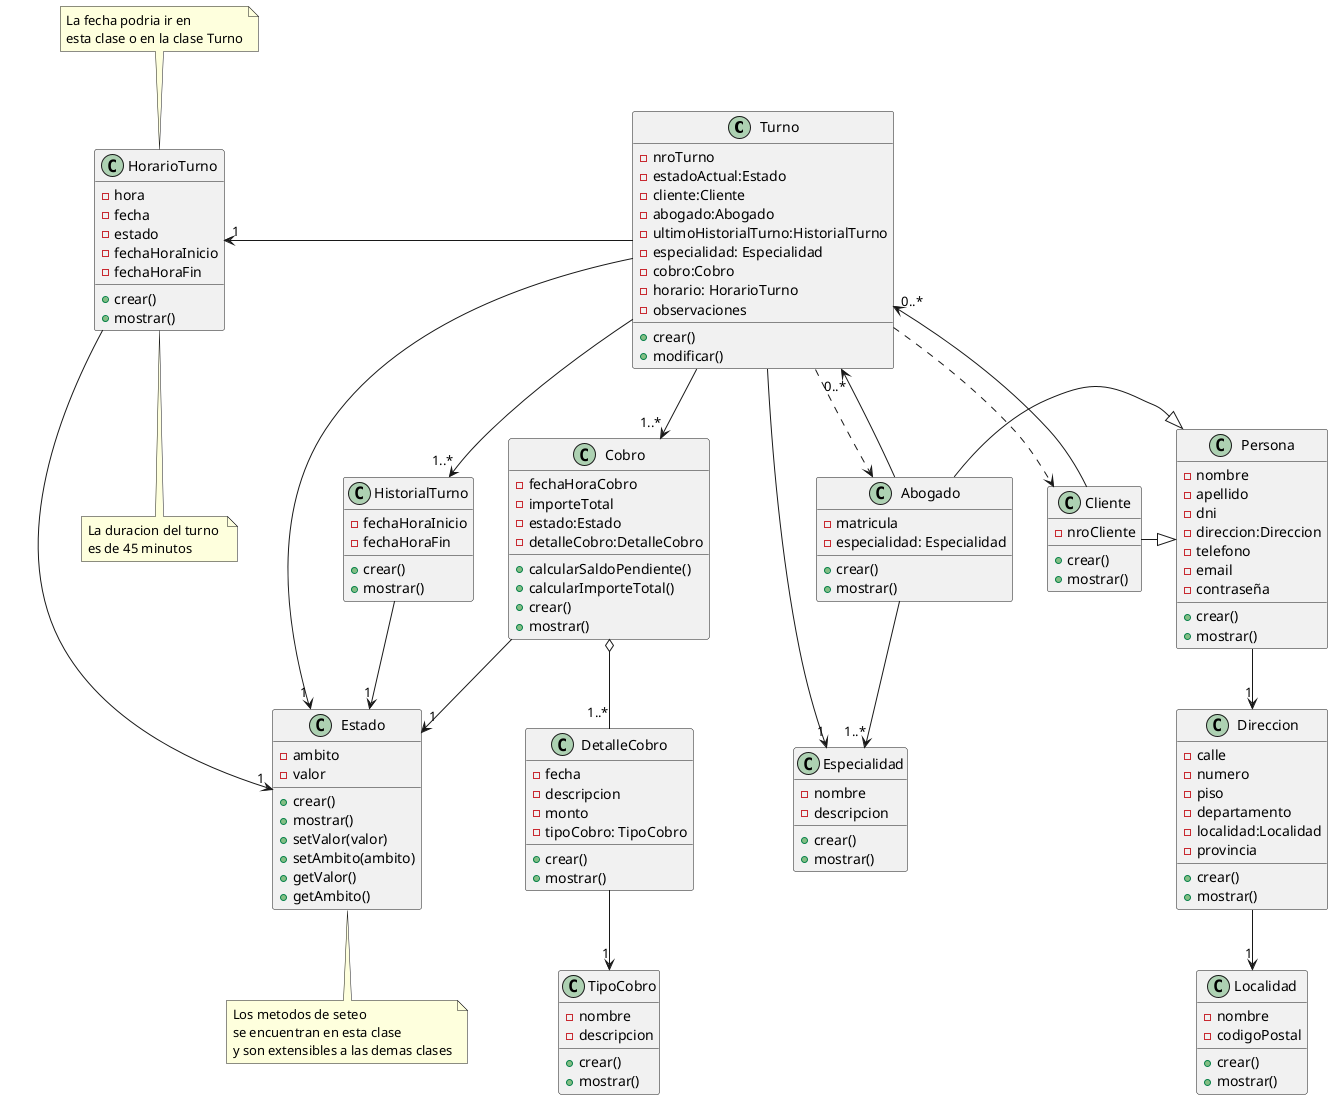
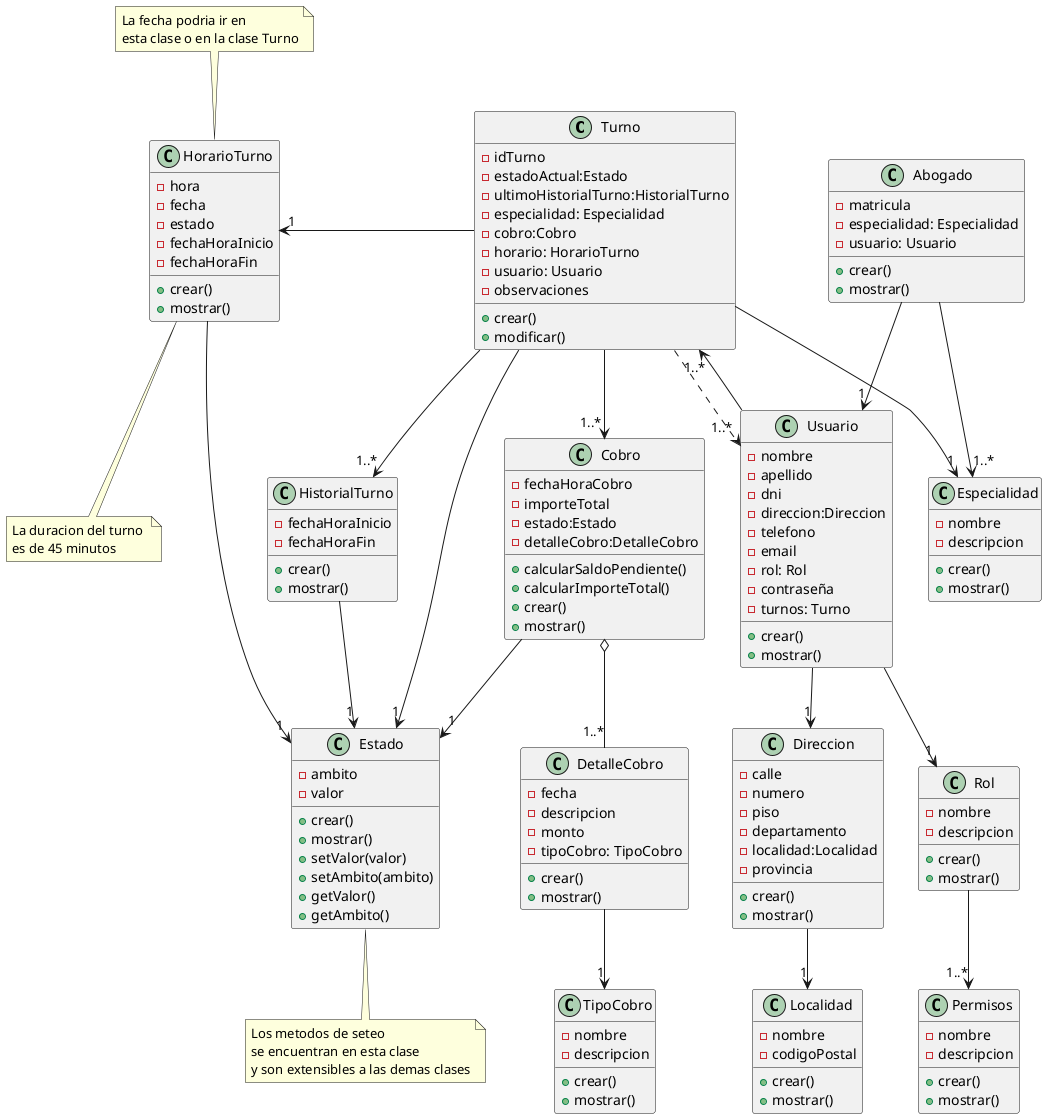
@startuml Diagrama de Clases
class Turno {
-     - nroTurno
+     - idTurno
    - estadoActual:Estado
-     - cliente:Cliente
-     - abogado:Abogado
    - ultimoHistorialTurno:HistorialTurno
    - especialidad: Especialidad
    - cobro:Cobro
    - horario: HorarioTurno
+     - usuario: Usuario
    - observaciones
    + crear()
    + modificar()
}
Turno --> "1..* "Cobro
Turno -> "1" Estado
Turno -->"1..*" HistorialTurno
Turno --> "1" Especialidad
Turno -left-> "1"HorarioTurno
- Turno ..> Cliente
- Turno ..> Abogado
- 
+ Turno ..> "1..*"Usuario

class Especialidad {
    - nombre
    - descripcion
    + crear()
    + mostrar()
}

- class Persona{
+ class Usuario{
    - nombre
    - apellido
    - dni
    - direccion:Direccion
    - telefono
    - email
+     - rol: Rol
    - contraseña
+     - turnos: Turno
    + crear()
    + mostrar()
}

- Persona -->"1" Direccion
+ Usuario -->"1" Direccion
+ Usuario -->"1" Rol
+ Usuario -->"1..*" Turno

- class Cliente {
-     - nroCliente
+ class Rol{
+     - nombre
+     - descripcion
    + crear()
    + mostrar()
}

- Cliente -|> Persona
- Cliente -->"0..*" Turno
+ Rol--> "1..*" Permisos
+ 
+ class Permisos {
+     - nombre
+     - descripcion
+     + crear()
+     + mostrar()
+ }

class Abogado {
    - matricula
    - especialidad: Especialidad
+     - usuario: Usuario
    + crear()
    + mostrar()
}

Abogado -->"1..*" Especialidad
- Abogado -|> Persona
- Abogado -->"0..*" Turno
+ Abogado -->"1"Usuario

class HistorialTurno{
    - fechaHoraInicio
    - fechaHoraFin
    + crear()
    + mostrar()
}

HistorialTurno -->"1" Estado

class Cobro {
    - fechaHoraCobro
    - importeTotal
    - estado:Estado
    - detalleCobro:DetalleCobro
    + calcularSaldoPendiente()
    + calcularImporteTotal()
    + crear()
    + mostrar()

}

Cobro o--"1..*" DetalleCobro
Cobro -->"1" Estado

class DetalleCobro {
    - fecha
    - descripcion
    - monto
    - tipoCobro: TipoCobro
    + crear()
    + mostrar()
}

DetalleCobro --> "1" TipoCobro

class TipoCobro {
    - nombre
    - descripcion
    + crear()
    + mostrar()
}

class Estado{
    - ambito
    - valor
    + crear()
    + mostrar()
    + setValor(valor)
    + setAmbito(ambito)
    + getValor()
    + getAmbito()
}

note bottom of Estado : Los metodos de seteo \nse encuentran en esta clase \ny son extensibles a las demas clases

class Direccion{
    - calle
    - numero
    - piso
    - departamento
    - localidad:Localidad
    - provincia
    + crear()
    + mostrar()
}

Direccion -->"1" Localidad

class Localidad{
    - nombre
    - codigoPostal
    + crear()
    + mostrar()
}

class HorarioTurno {
    - hora
    - fecha
    - estado
    - fechaHoraInicio
    - fechaHoraFin
    + crear()
    + mostrar()
}
note top of HorarioTurno : La fecha podria ir en \nesta clase o en la clase Turno
note bottom of HorarioTurno: La duracion del turno \nes de 45 minutos

HorarioTurno --> "1"Estado
@enduml